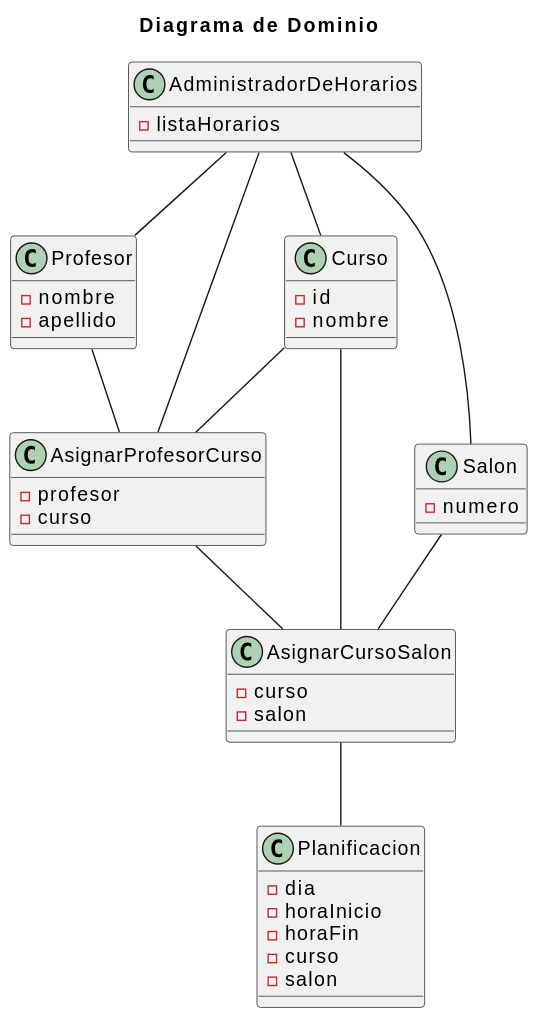
This is images/modelosUML/Diagrama de clases.svg from mmasias/24-25-IdSw1-SDR, a PlantUML export, as it was before one commit. The source it was exported from:
```plantuml
@startuml
title Diagrama de Dominio

class AdministradorDeHorarios {
    - listaHorarios
}

class Profesor {
    - nombre
    - apellido
}

class Curso {
    - id
    - nombre
}

class Salon {
    - numero
}

class Planificacion {
    - dia
    - horaInicio
    - horaFin
    - curso
    - salon
}

class AsignarProfesorCurso {
    - profesor
    - curso
}

class AsignarCursoSalon {
    - curso
    - salon
}

AdministradorDeHorarios -- Profesor
AdministradorDeHorarios -- Curso
AdministradorDeHorarios -- Salon

AdministradorDeHorarios -- AsignarProfesorCurso
AsignarProfesorCurso -- AsignarCursoSalon
AsignarCursoSalon -- Planificacion

Profesor -- AsignarProfesorCurso
Curso -- AsignarProfesorCurso
Curso -- AsignarCursoSalon
Salon -- AsignarCursoSalon
@enduml
```
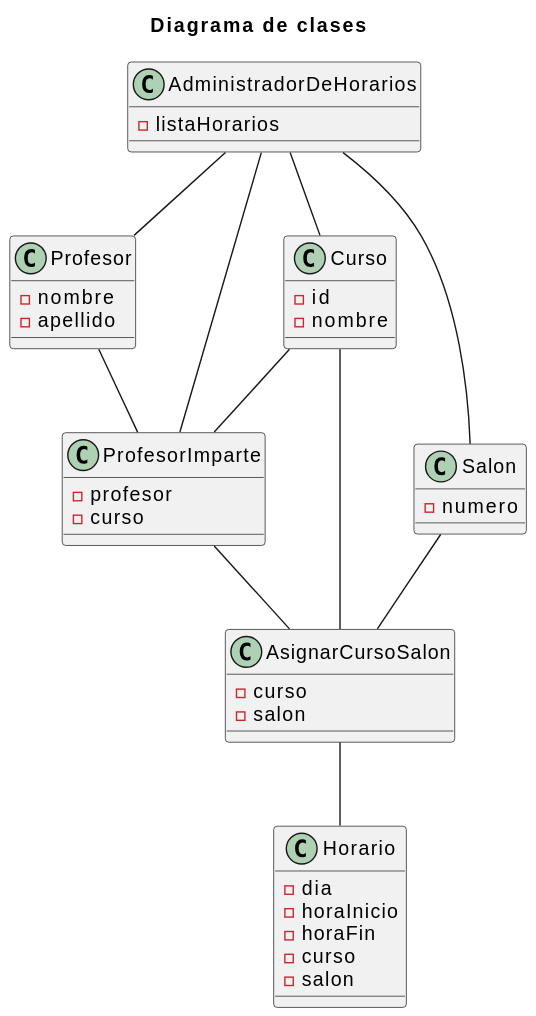
The same diagram one commit later.

Commit message:
cambios que pidio manuel primera presentacion

Diff of the diagram source:
```diff
@@ -1,5 +1,5 @@
 @startuml
-title Diagrama de Dominio
+title Diagrama de clases
 
 class AdministradorDeHorarios {
     - listaHorarios
@@ -19,7 +19,7 @@
     - numero
 }
 
-class Planificacion {
+class Horario {
     - dia
     - horaInicio
     - horaFin
@@ -27,7 +27,7 @@
     - salon
 }
 
-class AsignarProfesorCurso {
+class ProfesorImparte {
     - profesor
     - curso
 }
@@ -41,12 +41,12 @@
 AdministradorDeHorarios -- Curso
 AdministradorDeHorarios -- Salon
 
-AdministradorDeHorarios -- AsignarProfesorCurso
-AsignarProfesorCurso -- AsignarCursoSalon
-AsignarCursoSalon -- Planificacion
+AdministradorDeHorarios -- ProfesorImparte
+ProfesorImparte -- AsignarCursoSalon
+AsignarCursoSalon -- Horario
 
-Profesor -- AsignarProfesorCurso
-Curso -- AsignarProfesorCurso
+Profesor -- ProfesorImparte
+Curso -- ProfesorImparte
 Curso -- AsignarCursoSalon
 Salon -- AsignarCursoSalon
 @enduml
```
